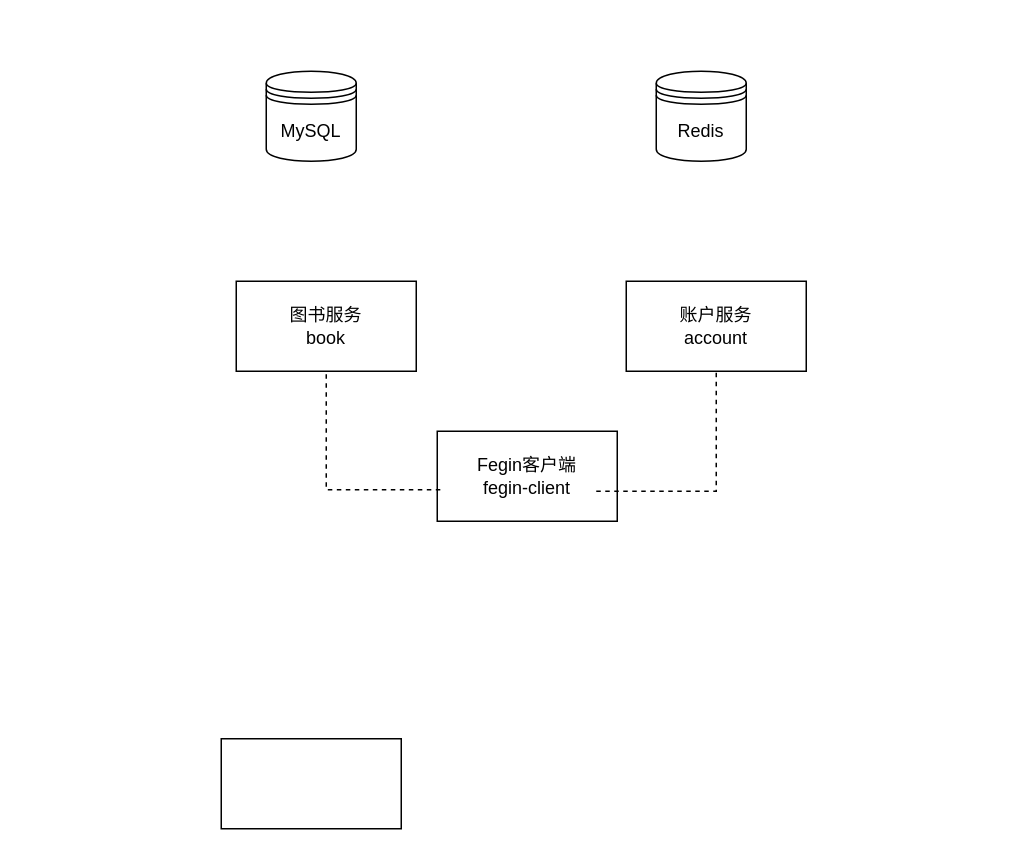
Above: 架构图.drawio in JanDavi/ostep-code (draw.io), before the change. Source tidied: cells renumbered, new cells numbered last; positions are measured from the earlier drawing's top-left corner, leaving out a move shared by most shapes. Both pictures are drawn from the tidied source at 150%, with x=0, y=0 at pixel (220, 70).
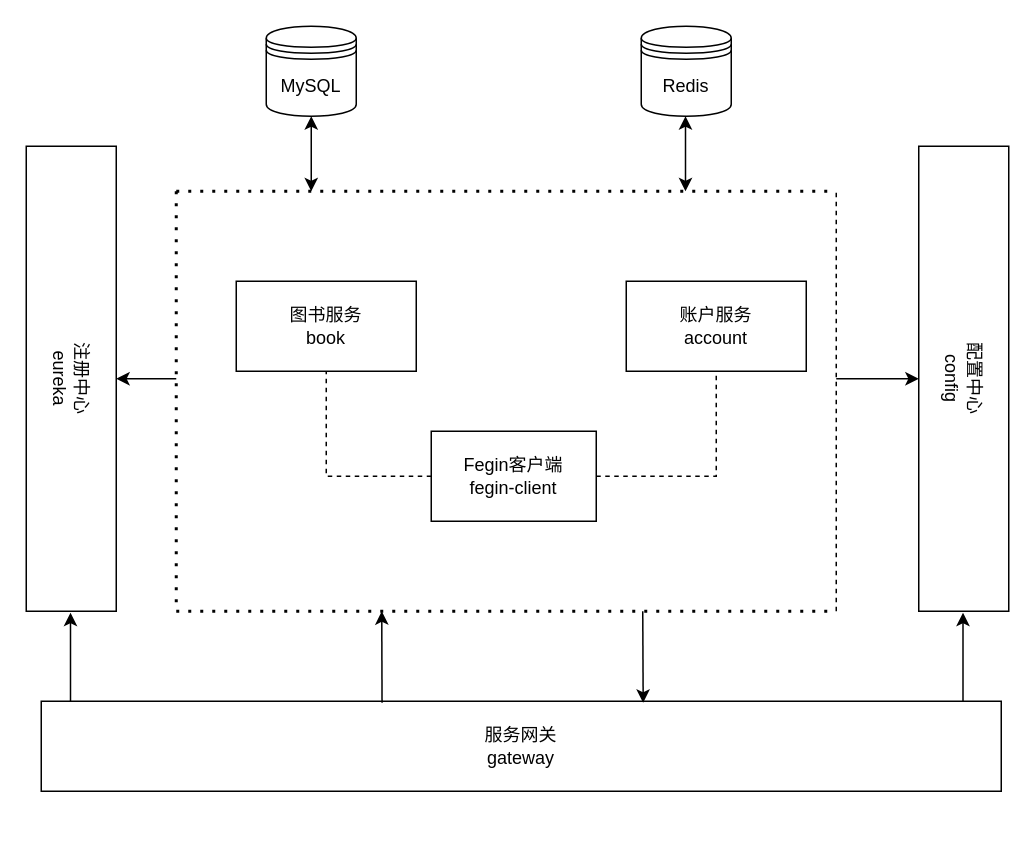
After the change.

Commit message (it also covers changes not shown here):
更新架构图.drawio

Unchanged cells that the change refers to:
```xml
<mxCell id="2" value="图书服务&lt;br&gt;book" style="rounded=0;whiteSpace=wrap;html=1;" parent="1" vertex="1">
  <mxGeometry x="10" y="140" width="120" height="60" as="geometry" />
</mxCell>
<mxCell id="3" value="账户服务&lt;br&gt;account" style="rounded=0;whiteSpace=wrap;html=1;" parent="1" vertex="1">
  <mxGeometry x="270" y="140" width="120" height="60" as="geometry" />
</mxCell>
```

Diff of the diagram source:
```diff
@@
     <mxCell id="4" value="Fegin客户端&lt;br&gt;fegin-client" style="rounded=0;whiteSpace=wrap;html=1;" parent="1" vertex="1">
-      <mxGeometry x="144" y="240" width="120" height="60" as="geometry" />
+      <mxGeometry x="140" y="240" width="110" height="60" as="geometry" />
     </mxCell>
-    <mxCell id="5" style="endArrow=none;dashed=1;html=1;rounded=0;exitX=0.017;exitY=0.65;exitDx=0;exitDy=0;exitPerimeter=0;" parent="1" edge="1" source="4">
+    <mxCell id="5" style="endArrow=none;dashed=1;html=1;rounded=0;entryX=0.5;entryY=1;entryDx=0;entryDy=0;" parent="1" edge="1" target="2">
       <mxGeometry relative="1" as="geometry">
-        <mxPoint x="70" y="200" as="targetPoint" />
+        <mxPoint x="140" y="270" as="sourcePoint" />
         <Array as="points">
-          <mxPoint x="70" y="279" />
+          <mxPoint x="140" y="270" />
+          <mxPoint x="70" y="270" />
         </Array>
       </mxGeometry>
     </mxCell>
-    <mxCell id="6" style="endArrow=none;dashed=1;html=1;rounded=0;entryX=0.5;entryY=1;entryDx=0;entryDy=0;" parent="1" edge="1" target="3">
+    <mxCell id="6" style="endArrow=none;dashed=1;html=1;rounded=0;entryX=0.5;entryY=1;entryDx=0;entryDy=0;exitX=1;exitY=0.5;exitDx=0;exitDy=0;" parent="1" edge="1" source="4" target="3">
       <mxGeometry relative="1" as="geometry">
-        <mxPoint x="250" y="280" as="sourcePoint" />
         <Array as="points">
-          <mxPoint x="300" y="280" />
-          <mxPoint x="330" y="280" />
+          <mxPoint x="330" y="270" />
           <mxPoint x="330" y="210" />
         </Array>
       </mxGeometry>
     </mxCell>
-    <mxCell id="7" style="rounded=0;whiteSpace=wrap;html=1;" parent="1" vertex="1">
-      <mxGeometry y="445" width="120" height="60" as="geometry" />
+    <mxCell id="7" value="注册中心&lt;br&gt;eureka" style="rounded=0;whiteSpace=wrap;html=1;rotation=90;" parent="1" vertex="1">
+      <mxGeometry x="-255" y="175" width="310" height="60" as="geometry" />
     </mxCell>
     <mxCell id="8" value="MySQL" style="shape=datastore;whiteSpace=wrap;html=1;" parent="1" vertex="1">
-      <mxGeometry x="30" width="60" height="60" as="geometry" />
+      <mxGeometry x="30" y="-30" width="60" height="60" as="geometry" />
     </mxCell>
     <mxCell id="9" value="Redis" style="shape=datastore;whiteSpace=wrap;html=1;" parent="1" vertex="1">
-      <mxGeometry x="290" width="60" height="60" as="geometry" />
+      <mxGeometry x="280" y="-30" width="60" height="60" as="geometry" />
     </mxCell>
+    <mxCell id="10" style="endArrow=none;dashed=1;html=1;dashPattern=1 3;strokeWidth=2;rounded=0;" parent="1" edge="1">
+      <mxGeometry relative="1" as="geometry">
+        <mxPoint x="-30" y="80" as="sourcePoint" />
+        <mxPoint x="410" y="80" as="targetPoint" />
+      </mxGeometry>
+    </mxCell>
+    <mxCell id="11" style="endArrow=none;dashed=1;html=1;dashPattern=1 3;strokeWidth=2;rounded=0;" parent="1" edge="1">
+      <mxGeometry relative="1" as="geometry">
+        <mxPoint x="-30" y="80" as="sourcePoint" />
+        <mxPoint x="-30" y="360" as="targetPoint" />
+      </mxGeometry>
+    </mxCell>
+    <mxCell id="12" style="endArrow=none;dashed=1;html=1;dashPattern=1 3;strokeWidth=2;rounded=0;" parent="1" edge="1">
+      <mxGeometry relative="1" as="geometry">
+        <mxPoint x="-30" y="360" as="sourcePoint" />
+        <mxPoint x="410" y="360" as="targetPoint" />
+        <Array as="points">
+          <mxPoint x="210" y="360" />
+        </Array>
+      </mxGeometry>
+    </mxCell>
+    <mxCell id="13" style="endArrow=none;dashed=1;html=1;rounded=0;" parent="1" edge="1">
+      <mxGeometry relative="1" as="geometry">
+        <mxPoint x="410" y="360" as="sourcePoint" />
+        <mxPoint x="410" y="80" as="targetPoint" />
+      </mxGeometry>
+    </mxCell>
+    <mxCell id="14" style="endArrow=classic;startArrow=classic;html=1;rounded=0;entryX=0.5;entryY=1;entryDx=0;entryDy=0;" parent="1" edge="1" target="8">
+      <mxGeometry relative="1" as="geometry">
+        <mxPoint x="60" y="80" as="sourcePoint" />
+      </mxGeometry>
+    </mxCell>
+    <mxCell id="15" style="endArrow=classic;startArrow=classic;html=1;rounded=0;entryX=0.5;entryY=1;entryDx=0;entryDy=0;" parent="1" edge="1">
+      <mxGeometry relative="1" as="geometry">
+        <mxPoint x="309.5" y="80" as="sourcePoint" />
+        <mxPoint x="309.5" y="30" as="targetPoint" />
+      </mxGeometry>
+    </mxCell>
+    <mxCell id="16" value="配置中心&lt;br&gt;config" style="rounded=0;whiteSpace=wrap;html=1;rotation=90;" parent="1" vertex="1">
+      <mxGeometry x="340" y="175" width="310" height="60" as="geometry" />
+    </mxCell>
+    <mxCell id="17" style="endArrow=classic;html=1;rounded=0;entryX=0.5;entryY=1;entryDx=0;entryDy=0;" parent="1" edge="1" target="16">
+      <mxGeometry relative="1" as="geometry">
+        <mxPoint x="410" y="205" as="sourcePoint" />
+      </mxGeometry>
+    </mxCell>
+    <mxCell id="18" style="endArrow=classic;html=1;rounded=0;entryX=0.5;entryY=0;entryDx=0;entryDy=0;" parent="1" edge="1" target="7">
+      <mxGeometry relative="1" as="geometry">
+        <mxPoint x="-30" y="205" as="sourcePoint" />
+      </mxGeometry>
+    </mxCell>
+    <mxCell id="19" value="服务网关&lt;br&gt;gateway" style="rounded=0;whiteSpace=wrap;html=1;" parent="1" vertex="1">
+      <mxGeometry x="-120" y="420" width="640" height="60" as="geometry" />
+    </mxCell>
+    <mxCell id="20" style="endArrow=classic;html=1;rounded=0;exitX=0.266;exitY=-0.017;exitDx=0;exitDy=0;exitPerimeter=0;" parent="1" edge="1">
+      <mxGeometry relative="1" as="geometry">
+        <mxPoint x="494.5" y="420" as="sourcePoint" />
+        <mxPoint x="494.5" y="361" as="targetPoint" />
+      </mxGeometry>
+    </mxCell>
+    <mxCell id="21" style="endArrow=classic;html=1;rounded=0;exitX=0.266;exitY=-0.017;exitDx=0;exitDy=0;exitPerimeter=0;" parent="1" edge="1">
+      <mxGeometry relative="1" as="geometry">
+        <mxPoint x="-100.5" y="420" as="sourcePoint" />
+        <mxPoint x="-100.5" y="361" as="targetPoint" />
+      </mxGeometry>
+    </mxCell>
+    <mxCell id="22" style="endArrow=classic;html=1;rounded=0;entryX=0.627;entryY=0.017;entryDx=0;entryDy=0;entryPerimeter=0;" parent="1" edge="1" target="19">
+      <mxGeometry relative="1" as="geometry">
+        <mxPoint x="281" y="360" as="sourcePoint" />
+      </mxGeometry>
+    </mxCell>
+    <mxCell id="23" style="endArrow=classic;html=1;rounded=0;exitX=0.355;exitY=0.017;exitDx=0;exitDy=0;exitPerimeter=0;" parent="1" edge="1" source="19">
+      <mxGeometry relative="1" as="geometry">
+        <mxPoint x="107" y="360" as="targetPoint" />
+      </mxGeometry>
+    </mxCell>
```
